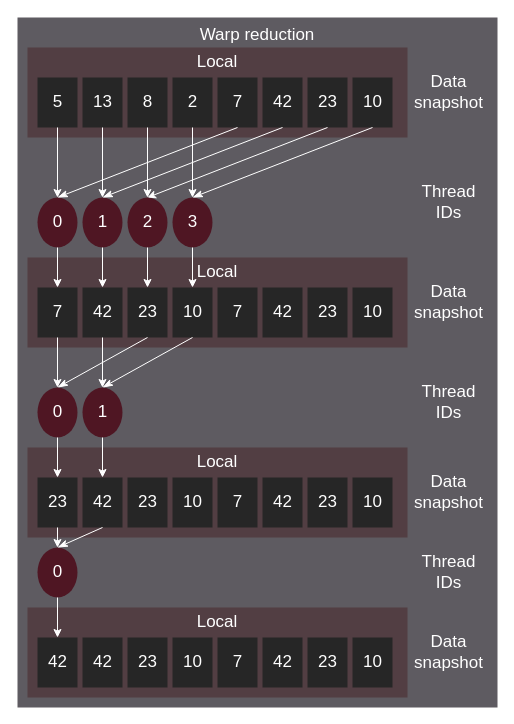
The draw.io diagram docs/data/tutorial/reduction/warp_reduction.drawio in ROCm/amd-rocm-optimization-guide, before the edit. Source tidied: cells renumbered, new cells numbered last; positions are measured from the earlier drawing's top-left corner, leaving out a move shared by most shapes. Both pictures are drawn from the tidied source at 100%, with x=0, y=0 at pixel (17, 17).
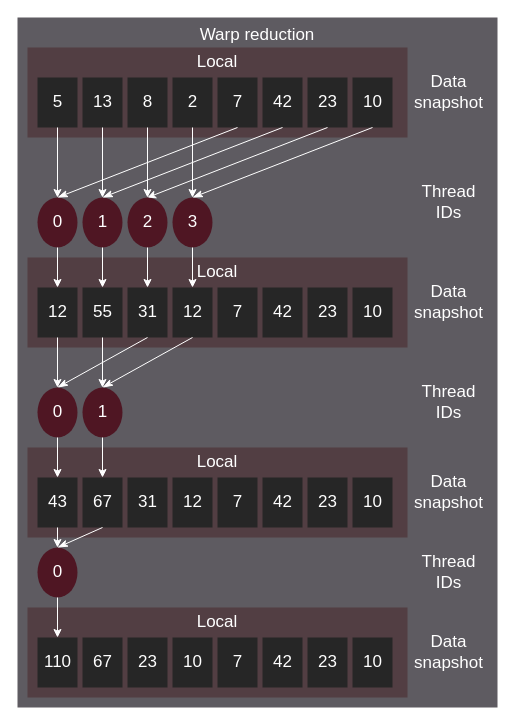
Above is the later version.

Commit message (it also covers changes not shown here):
Overhaul reduction tutorial

What changed in the source:
```diff
@@
-    <mxCell id="37" value="7" style="text;html=1;strokeColor=none;fillColor=none;align=center;verticalAlign=middle;whiteSpace=wrap;rounded=0;fontFamily=Klavika;fontSize=17;fontColor=#FFFFFF;" parent="1" vertex="1">
+    <mxCell id="37" value="12" style="text;html=1;strokeColor=none;fillColor=none;align=center;verticalAlign=middle;whiteSpace=wrap;rounded=0;fontFamily=Klavika;fontSize=17;fontColor=#FFFFFF;" parent="1" vertex="1">
       <mxGeometry x="27.5" y="280" width="25" height="30" as="geometry" />
     </mxCell>
@@
-    <mxCell id="39" value="42" style="text;html=1;strokeColor=none;fillColor=none;align=center;verticalAlign=middle;whiteSpace=wrap;rounded=0;fontFamily=Klavika;fontSize=17;fontColor=#FFFFFF;" parent="1" vertex="1">
+    <mxCell id="39" value="55" style="text;html=1;strokeColor=none;fillColor=none;align=center;verticalAlign=middle;whiteSpace=wrap;rounded=0;fontFamily=Klavika;fontSize=17;fontColor=#FFFFFF;" parent="1" vertex="1">
       <mxGeometry x="72.5" y="280" width="25" height="30" as="geometry" />
     </mxCell>
@@
-    <mxCell id="41" value="23" style="text;html=1;strokeColor=none;fillColor=none;align=center;verticalAlign=middle;whiteSpace=wrap;rounded=0;fontFamily=Klavika;fontSize=17;fontColor=#FFFFFF;" parent="1" vertex="1">
+    <mxCell id="41" value="31" style="text;html=1;strokeColor=none;fillColor=none;align=center;verticalAlign=middle;whiteSpace=wrap;rounded=0;fontFamily=Klavika;fontSize=17;fontColor=#FFFFFF;" parent="1" vertex="1">
       <mxGeometry x="117.5" y="280" width="25" height="30" as="geometry" />
     </mxCell>
@@
-    <mxCell id="43" value="10" style="text;html=1;strokeColor=none;fillColor=none;align=center;verticalAlign=middle;whiteSpace=wrap;rounded=0;fontFamily=Klavika;fontSize=17;fontColor=#FFFFFF;" parent="1" vertex="1">
+    <mxCell id="43" value="12" style="text;html=1;strokeColor=none;fillColor=none;align=center;verticalAlign=middle;whiteSpace=wrap;rounded=0;fontFamily=Klavika;fontSize=17;fontColor=#FFFFFF;" parent="1" vertex="1">
       <mxGeometry x="162.5" y="280" width="25" height="30" as="geometry" />
     </mxCell>
@@
-    <mxCell id="67" value="23" style="text;html=1;strokeColor=none;fillColor=none;align=center;verticalAlign=middle;whiteSpace=wrap;rounded=0;fontFamily=Klavika;fontSize=17;fontColor=#FFFFFF;" parent="1" vertex="1">
+    <mxCell id="67" value="43" style="text;html=1;strokeColor=none;fillColor=none;align=center;verticalAlign=middle;whiteSpace=wrap;rounded=0;fontFamily=Klavika;fontSize=17;fontColor=#FFFFFF;" parent="1" vertex="1">
       <mxGeometry x="27.5" y="470" width="25" height="30" as="geometry" />
     </mxCell>
@@
-    <mxCell id="69" value="42" style="text;html=1;strokeColor=none;fillColor=none;align=center;verticalAlign=middle;whiteSpace=wrap;rounded=0;fontFamily=Klavika;fontSize=17;fontColor=#FFFFFF;" parent="1" vertex="1">
+    <mxCell id="69" value="67" style="text;html=1;strokeColor=none;fillColor=none;align=center;verticalAlign=middle;whiteSpace=wrap;rounded=0;fontFamily=Klavika;fontSize=17;fontColor=#FFFFFF;" parent="1" vertex="1">
       <mxGeometry x="72.5" y="470" width="25" height="30" as="geometry" />
     </mxCell>
@@
-    <mxCell id="71" value="23" style="text;html=1;strokeColor=none;fillColor=none;align=center;verticalAlign=middle;whiteSpace=wrap;rounded=0;fontFamily=Klavika;fontSize=17;fontColor=#FFFFFF;" parent="1" vertex="1">
+    <mxCell id="71" value="31" style="text;html=1;strokeColor=none;fillColor=none;align=center;verticalAlign=middle;whiteSpace=wrap;rounded=0;fontFamily=Klavika;fontSize=17;fontColor=#FFFFFF;" parent="1" vertex="1">
       <mxGeometry x="117.5" y="470" width="25" height="30" as="geometry" />
     </mxCell>
@@
-    <mxCell id="73" value="10" style="text;html=1;strokeColor=none;fillColor=none;align=center;verticalAlign=middle;whiteSpace=wrap;rounded=0;fontFamily=Klavika;fontSize=17;fontColor=#FFFFFF;" parent="1" vertex="1">
+    <mxCell id="73" value="12" style="text;html=1;strokeColor=none;fillColor=none;align=center;verticalAlign=middle;whiteSpace=wrap;rounded=0;fontFamily=Klavika;fontSize=17;fontColor=#FFFFFF;" parent="1" vertex="1">
       <mxGeometry x="162.5" y="470" width="25" height="30" as="geometry" />
     </mxCell>
@@
-    <mxCell id="93" value="42" style="text;html=1;strokeColor=none;fillColor=none;align=center;verticalAlign=middle;whiteSpace=wrap;rounded=0;fontFamily=Klavika;fontSize=17;fontColor=#FFFFFF;" parent="1" vertex="1">
+    <mxCell id="93" value="110" style="text;html=1;strokeColor=none;fillColor=none;align=center;verticalAlign=middle;whiteSpace=wrap;rounded=0;fontFamily=Klavika;fontSize=17;fontColor=#FFFFFF;" parent="1" vertex="1">
       <mxGeometry x="27.5" y="630" width="25" height="30" as="geometry" />
     </mxCell>
@@
-    <mxCell id="95" value="42" style="text;html=1;strokeColor=none;fillColor=none;align=center;verticalAlign=middle;whiteSpace=wrap;rounded=0;fontFamily=Klavika;fontSize=17;fontColor=#FFFFFF;" parent="1" vertex="1">
+    <mxCell id="95" value="67" style="text;html=1;strokeColor=none;fillColor=none;align=center;verticalAlign=middle;whiteSpace=wrap;rounded=0;fontFamily=Klavika;fontSize=17;fontColor=#FFFFFF;" parent="1" vertex="1">
       <mxGeometry x="72.5" y="630" width="25" height="30" as="geometry" />
     </mxCell>
```
